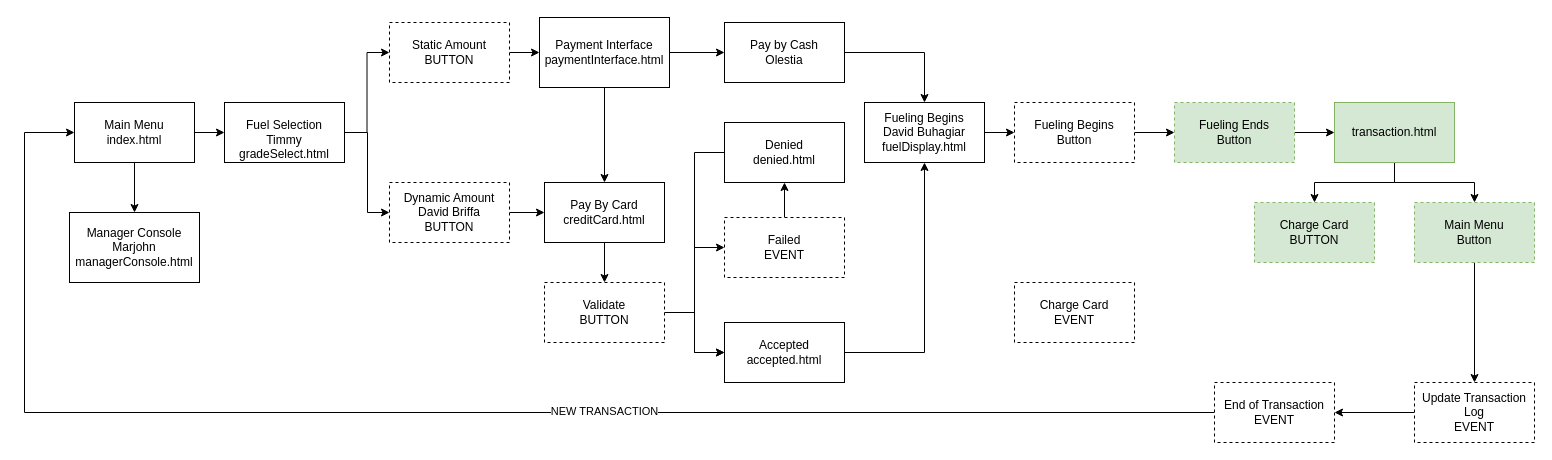
Above: Design-Diagrams-And-Misc/GasStation.drawio in David-Briffa/CIS2207-Assignment (draw.io), before the change. Source tidied: cells renumbered, new cells numbered last; positions are measured from the earlier drawing's top-left corner, leaving out a move shared by most shapes. Both pictures are drawn from the tidied source at 100%, with x=0, y=0 at pixel (24, 17).
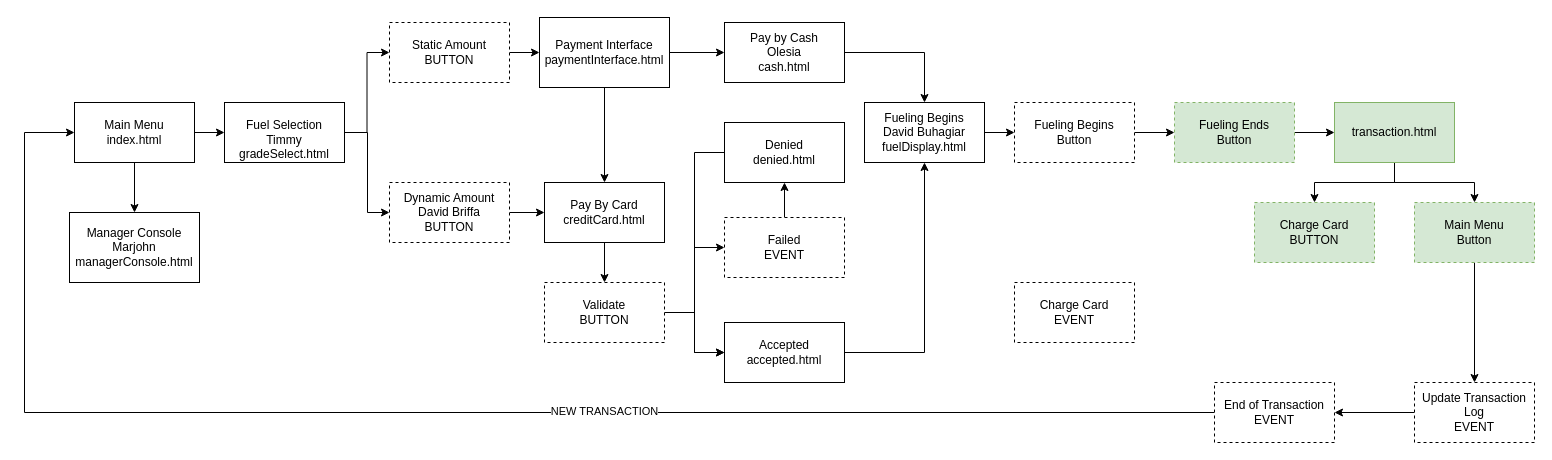
After the change.

What changed in the source:
```diff
@@
-    <mxCell id="11" value="&lt;div&gt;Pay by Cash&lt;/div&gt;&lt;div&gt;Olestia&lt;br&gt;&lt;/div&gt;" style="rounded=0;whiteSpace=wrap;html=1;" parent="1" vertex="1">
+    <mxCell id="11" value="&lt;div&gt;Pay by Cash&lt;/div&gt;&lt;div&gt;Olesia&lt;br&gt;&lt;/div&gt;&lt;div&gt;cash.html&lt;/div&gt;" style="rounded=0;whiteSpace=wrap;html=1;" parent="1" vertex="1">
       <mxGeometry x="700" y="5" width="120" height="60" as="geometry" />
     </mxCell>
```
